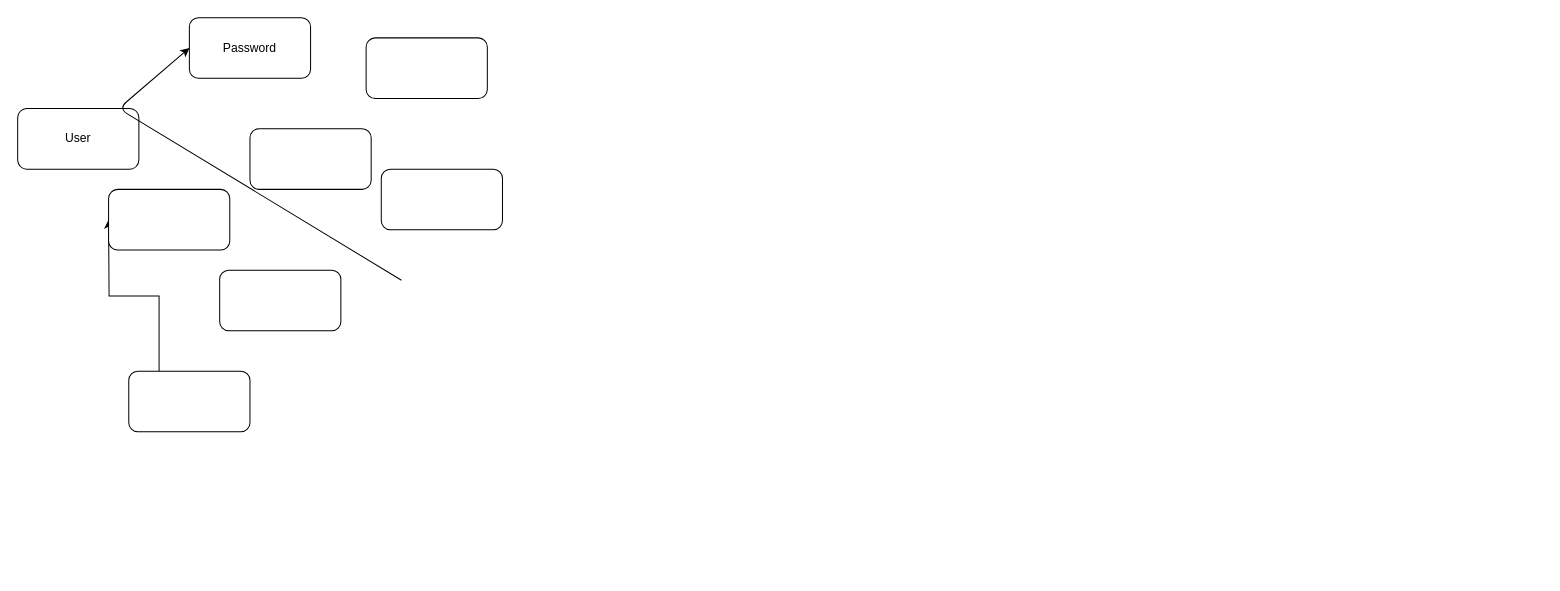
Above: Safe247.drawio in MaryWamaitha/practise (draw.io), before the change. Source tidied: cells renumbered, new cells numbered last; positions are measured from the earlier drawing's top-left corner, leaving out a move shared by most shapes. Both pictures are drawn from the tidied source at 101%, with x=0, y=0 at pixel (17, 17).
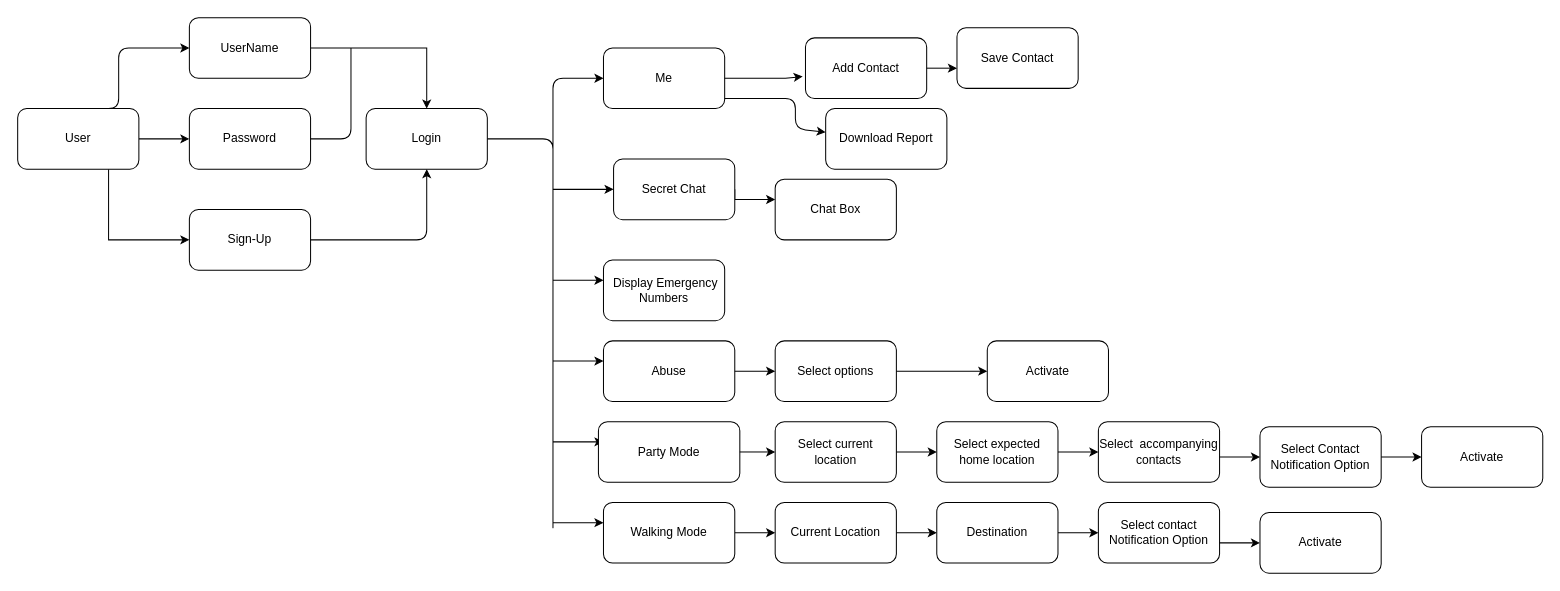
The same diagram, later.

Unchanged cells that the change refers to:
```xml
<mxCell id="2" value="User" style="rounded=1;whiteSpace=wrap;html=1;" parent="1" vertex="1">
  <mxGeometry y="90" width="120" height="60" as="geometry" />
</mxCell>
```

The edit, as a diff of the source:
```diff
@@
+    <mxCell id="12" style="edgeStyle=orthogonalEdgeStyle;rounded=0;jettySize=auto;html=1;exitX=1;exitY=0.5;exitDx=0;exitDy=0;entryX=0;entryY=0.5;entryDx=0;entryDy=0;" parent="1" edge="1" source="2" target="8">
+      <mxGeometry relative="1" as="geometry" />
+    </mxCell>
+    <mxCell id="13" style="edgeStyle=orthogonalEdgeStyle;rounded=0;jettySize=auto;html=1;exitX=0.75;exitY=1;exitDx=0;exitDy=0;entryX=0;entryY=0.5;entryDx=0;entryDy=0;" parent="1" edge="1" source="2" target="9">
+      <mxGeometry relative="1" as="geometry" />
+    </mxCell>
@@
-    <mxCell id="3" style="rounded=1;whiteSpace=wrap;html=1;" parent="1" vertex="1">
-      <mxGeometry x="345" y="20" width="120" height="60" as="geometry" />
+    <mxCell id="3" value="Login" style="rounded=1;whiteSpace=wrap;html=1;" parent="1" vertex="1">
+      <mxGeometry x="345" y="90" width="120" height="60" as="geometry" />
     </mxCell>
+    <mxCell id="14" style="edgeStyle=orthogonalEdgeStyle;rounded=0;jettySize=auto;html=1;entryX=0.5;entryY=0;entryDx=0;entryDy=0;" parent="1" edge="1" source="4" target="3">
+      <mxGeometry relative="1" as="geometry" />
+    </mxCell>
-    <mxCell id="4" value="Password" style="rounded=1;whiteSpace=wrap;html=1;" parent="1" vertex="1">
+    <mxCell id="4" value="UserName" style="rounded=1;whiteSpace=wrap;html=1;" parent="1" vertex="1">
       <mxGeometry x="170" width="120" height="60" as="geometry" />
     </mxCell>
-    <mxCell id="5" style="edgeStyle=orthogonalEdgeStyle;rounded=0;jettySize=auto;html=1;exitX=0.25;exitY=0;exitDx=0;exitDy=0;" parent="1" edge="1" source="6">
-      <mxGeometry relative="1" as="geometry">
-        <mxPoint x="90" y="200" as="targetPoint" />
-      </mxGeometry>
-    </mxCell>
-    <mxCell id="6" style="rounded=1;whiteSpace=wrap;html=1;" parent="1" vertex="1">
-      <mxGeometry x="110" y="350" width="120" height="60" as="geometry" />
+    <mxCell id="6" value="&amp;nbsp;Display Emergency Numbers" style="rounded=1;whiteSpace=wrap;html=1;" parent="1" vertex="1">
+      <mxGeometry x="580" y="240" width="120" height="60" as="geometry" />
     </mxCell>
-    <mxCell id="7" style="rounded=1;whiteSpace=wrap;html=1;" parent="1" vertex="1">
-      <mxGeometry x="360" y="150" width="120" height="60" as="geometry" />
+    <mxCell id="7" value="Me" style="rounded=1;whiteSpace=wrap;html=1;" parent="1" vertex="1">
+      <mxGeometry x="580" y="30" width="120" height="60" as="geometry" />
     </mxCell>
-    <mxCell id="8" style="rounded=1;whiteSpace=wrap;html=1;" parent="1" vertex="1">
-      <mxGeometry x="230" y="110" width="120" height="60" as="geometry" />
+    <mxCell id="8" value="Password" style="rounded=1;whiteSpace=wrap;html=1;" parent="1" vertex="1">
+      <mxGeometry x="170" y="90" width="120" height="60" as="geometry" />
     </mxCell>
-    <mxCell id="9" style="rounded=1;whiteSpace=wrap;html=1;" parent="1" vertex="1">
-      <mxGeometry x="90" y="170" width="120" height="60" as="geometry" />
+    <mxCell id="9" value="Sign-Up" style="rounded=1;whiteSpace=wrap;html=1;" parent="1" vertex="1">
+      <mxGeometry x="170" y="190" width="120" height="60" as="geometry" />
     </mxCell>
+    <mxCell id="15" style="edgeStyle=orthogonalEdgeStyle;rounded=0;jettySize=auto;html=1;exitX=1;exitY=0.5;exitDx=0;exitDy=0;" parent="1" edge="1" source="10" target="27">
+      <mxGeometry relative="1" as="geometry">
+        <Array as="points">
+          <mxPoint x="710" y="180" />
+        </Array>
+      </mxGeometry>
+    </mxCell>
-    <mxCell id="10" style="rounded=1;whiteSpace=wrap;html=1;" parent="1" vertex="1">
-      <mxGeometry x="200" y="250" width="120" height="60" as="geometry" />
+    <mxCell id="10" value="Secret Chat" style="rounded=1;whiteSpace=wrap;html=1;" parent="1" vertex="1">
+      <mxGeometry x="590" y="140" width="120" height="60" as="geometry" />
     </mxCell>
-    <mxCell id="11" style="endArrow=classic;html=1;entryX=0;entryY=0.5;entryDx=0;entryDy=0;" parent="1" edge="1" target="4">
+    <mxCell id="11" style="endArrow=classic;html=1;entryX=0;entryY=0.5;entryDx=0;entryDy=0;exitX=0.5;exitY=0;exitDx=0;exitDy=0;" parent="1" edge="1" source="2" target="4">
       <mxGeometry relative="1" as="geometry">
-        <mxPoint x="380" y="260" as="sourcePoint" />
         <Array as="points">
           <mxPoint x="100" y="90" />
+          <mxPoint x="100" y="30" />
         </Array>
       </mxGeometry>
     </mxCell>
+    <mxCell id="16" style="endArrow=classic;html=1;entryX=0.5;entryY=1;entryDx=0;entryDy=0;" parent="1" edge="1" target="3">
+      <mxGeometry relative="1" as="geometry">
+        <mxPoint x="290" y="220" as="sourcePoint" />
+        <Array as="points">
+          <mxPoint x="290" y="220" />
+          <mxPoint x="405" y="220" />
+        </Array>
+      </mxGeometry>
+    </mxCell>
+    <mxCell id="17" style="endArrow=none;html=1;exitX=1;exitY=0.5;exitDx=0;exitDy=0;" parent="1" edge="1" source="8">
+      <mxGeometry relative="1" as="geometry">
+        <mxPoint x="330" y="30" as="targetPoint" />
+        <Array as="points">
+          <mxPoint x="330" y="120" />
+        </Array>
+      </mxGeometry>
+    </mxCell>
+    <mxCell id="18" style="endArrow=classic;html=1;exitX=1;exitY=0.5;exitDx=0;exitDy=0;" parent="1" edge="1" source="3">
+      <mxGeometry relative="1" as="geometry">
+        <mxPoint x="580" y="60" as="targetPoint" />
+        <Array as="points">
+          <mxPoint x="530" y="120" />
+          <mxPoint x="530" y="510" />
+          <mxPoint x="530" y="60" />
+        </Array>
+      </mxGeometry>
+    </mxCell>
+    <mxCell id="19" style="endArrow=classic;html=1;entryX=0;entryY=0.5;entryDx=0;entryDy=0;" parent="1" edge="1" target="10">
+      <mxGeometry relative="1" as="geometry">
+        <mxPoint x="530" y="170" as="sourcePoint" />
+        <Array as="points">
+          <mxPoint x="570" y="170" />
+        </Array>
+      </mxGeometry>
+    </mxCell>
+    <mxCell id="20" style="endArrow=classic;html=1;" parent="1" edge="1">
+      <mxGeometry relative="1" as="geometry">
+        <mxPoint x="530" y="260" as="sourcePoint" />
+        <mxPoint x="580" y="260" as="targetPoint" />
+        <Array as="points">
+          <mxPoint x="550" y="260" />
+          <mxPoint x="580" y="260" />
+        </Array>
+      </mxGeometry>
+    </mxCell>
+    <mxCell id="21" style="endArrow=classic;html=1;exitX=1;exitY=0.5;exitDx=0;exitDy=0;entryX=-0.023;entryY=0.637;entryDx=0;entryDy=0;entryPerimeter=0;" parent="1" edge="1" source="7" target="22">
+      <mxGeometry relative="1" as="geometry">
+        <Array as="points">
+          <mxPoint x="740" y="60" />
+          <mxPoint x="760" y="60" />
+        </Array>
+      </mxGeometry>
+    </mxCell>
+    <mxCell id="22" value="Add Contact" style="rounded=1;whiteSpace=wrap;html=1;" parent="1" vertex="1">
+      <mxGeometry x="780" y="20" width="120" height="60" as="geometry" />
+    </mxCell>
+    <mxCell id="23" style="endArrow=classic;html=1;" parent="1" edge="1" target="24">
+      <mxGeometry relative="1" as="geometry">
+        <mxPoint x="700" y="80" as="sourcePoint" />
+        <Array as="points">
+          <mxPoint x="770" y="80" />
+          <mxPoint x="770" y="110" />
+        </Array>
+      </mxGeometry>
+    </mxCell>
+    <mxCell id="24" value="Download Report" style="rounded=1;whiteSpace=wrap;html=1;" parent="1" vertex="1">
+      <mxGeometry x="800" y="90" width="120" height="60" as="geometry" />
+    </mxCell>
+    <mxCell id="25" style="endArrow=classic;html=1;exitX=1;exitY=0.5;exitDx=0;exitDy=0;" parent="1" edge="1" source="22" target="26">
+      <mxGeometry relative="1" as="geometry">
+        <Array as="points">
+          <mxPoint x="930" y="50" />
+        </Array>
+      </mxGeometry>
+    </mxCell>
+    <mxCell id="26" value="Save Contact" style="rounded=1;whiteSpace=wrap;html=1;" parent="1" vertex="1">
+      <mxGeometry x="930" y="10" width="120" height="60" as="geometry" />
+    </mxCell>
+    <mxCell id="27" value="Chat Box" style="rounded=1;whiteSpace=wrap;html=1;" parent="1" vertex="1">
+      <mxGeometry x="750" y="160" width="120" height="60" as="geometry" />
+    </mxCell>
+    <mxCell id="28" style="endArrow=classic;html=1;" parent="1" edge="1">
+      <mxGeometry relative="1" as="geometry">
+        <mxPoint x="530" y="340" as="sourcePoint" />
+        <mxPoint x="580" y="340" as="targetPoint" />
+      </mxGeometry>
+    </mxCell>
+    <mxCell id="29" value="Abuse" style="rounded=1;whiteSpace=wrap;html=1;" parent="1" vertex="1">
+      <mxGeometry x="580" y="320" width="130" height="60" as="geometry" />
+    </mxCell>
+    <mxCell id="30" value="Select options" style="rounded=1;whiteSpace=wrap;html=1;" parent="1" vertex="1">
+      <mxGeometry x="750" y="320" width="120" height="60" as="geometry" />
+    </mxCell>
+    <mxCell id="31" style="endArrow=classic;html=1;exitX=1;exitY=0.5;exitDx=0;exitDy=0;entryX=0;entryY=0.5;entryDx=0;entryDy=0;" parent="1" edge="1" source="29" target="30">
+      <mxGeometry relative="1" as="geometry" />
+    </mxCell>
+    <mxCell id="32" style="endArrow=classic;html=1;exitX=1;exitY=0.5;exitDx=0;exitDy=0;exitPerimeter=0;" parent="1" edge="1" source="30" target="33">
+      <mxGeometry relative="1" as="geometry" />
+    </mxCell>
+    <mxCell id="33" value="Activate" style="rounded=1;whiteSpace=wrap;html=1;" parent="1" vertex="1">
+      <mxGeometry x="960" y="320" width="120" height="60" as="geometry" />
+    </mxCell>
+    <mxCell id="34" style="endArrow=classic;html=1;" parent="1" edge="1">
+      <mxGeometry relative="1" as="geometry">
+        <mxPoint x="530" y="420" as="sourcePoint" />
+        <mxPoint x="580" y="420" as="targetPoint" />
+      </mxGeometry>
+    </mxCell>
+    <mxCell id="35" value="Party Mode" style="rounded=1;whiteSpace=wrap;html=1;" parent="1" vertex="1">
+      <mxGeometry x="575" y="400" width="140" height="60" as="geometry" />
+    </mxCell>
+    <mxCell id="36" value="Select current location" style="rounded=1;whiteSpace=wrap;html=1;" parent="1" vertex="1">
+      <mxGeometry x="750" y="400" width="120" height="60" as="geometry" />
+    </mxCell>
+    <mxCell id="37" style="endArrow=classic;html=1;exitX=1;exitY=0.5;exitDx=0;exitDy=0;entryX=0;entryY=0.5;entryDx=0;entryDy=0;" parent="1" edge="1" source="35" target="36">
+      <mxGeometry relative="1" as="geometry" />
+    </mxCell>
+    <mxCell id="38" style="endArrow=classic;html=1;exitX=1;exitY=0.5;exitDx=0;exitDy=0;" parent="1" edge="1" source="36" target="39">
+      <mxGeometry relative="1" as="geometry" />
+    </mxCell>
+    <mxCell id="39" value="Select expected home location" style="rounded=1;whiteSpace=wrap;html=1;" parent="1" vertex="1">
+      <mxGeometry x="910" y="400" width="120" height="60" as="geometry" />
+    </mxCell>
+    <mxCell id="40" style="endArrow=classic;html=1;exitX=1;exitY=0.5;exitDx=0;exitDy=0;" parent="1" edge="1" source="39" target="41">
+      <mxGeometry relative="1" as="geometry" />
+    </mxCell>
+    <mxCell id="41" value="Select&amp;nbsp; accompanying contacts" style="rounded=1;whiteSpace=wrap;html=1;" parent="1" vertex="1">
+      <mxGeometry x="1070" y="400" width="120" height="60" as="geometry" />
+    </mxCell>
+    <mxCell id="42" style="endArrow=classic;html=1;exitX=1;exitY=0.5;exitDx=0;exitDy=0;" parent="1" edge="1" target="43">
+      <mxGeometry relative="1" as="geometry">
+        <mxPoint x="1190" y="435" as="sourcePoint" />
+      </mxGeometry>
+    </mxCell>
+    <mxCell id="43" value="Select Contact Notification Option" style="rounded=1;whiteSpace=wrap;html=1;" parent="1" vertex="1">
+      <mxGeometry x="1230" y="405" width="120" height="60" as="geometry" />
+    </mxCell>
+    <mxCell id="44" style="endArrow=classic;html=1;exitX=1;exitY=0.5;exitDx=0;exitDy=0;" parent="1" edge="1" target="45">
+      <mxGeometry relative="1" as="geometry">
+        <mxPoint x="1350" y="435" as="sourcePoint" />
+      </mxGeometry>
+    </mxCell>
+    <mxCell id="45" value="Activate" style="rounded=1;whiteSpace=wrap;html=1;" parent="1" vertex="1">
+      <mxGeometry x="1390" y="405" width="120" height="60" as="geometry" />
+    </mxCell>
+    <mxCell id="46" style="endArrow=classic;html=1;" parent="1" edge="1">
+      <mxGeometry relative="1" as="geometry">
+        <mxPoint x="530" y="500" as="sourcePoint" />
+        <mxPoint x="580" y="500" as="targetPoint" />
+      </mxGeometry>
+    </mxCell>
+    <mxCell id="47" style="edgeStyle=orthogonalEdgeStyle;rounded=0;jettySize=auto;html=1;exitX=1;exitY=0.5;exitDx=0;exitDy=0;entryX=0;entryY=0.5;entryDx=0;entryDy=0;" parent="1" edge="1" source="48" target="49">
+      <mxGeometry relative="1" as="geometry" />
+    </mxCell>
+    <mxCell id="48" value="Walking Mode" style="rounded=1;whiteSpace=wrap;html=1;" parent="1" vertex="1">
+      <mxGeometry x="580" y="480" width="130" height="60" as="geometry" />
+    </mxCell>
+    <mxCell id="49" value="Current Location" style="rounded=1;whiteSpace=wrap;html=1;" parent="1" vertex="1">
+      <mxGeometry x="750" y="480" width="120" height="60" as="geometry" />
+    </mxCell>
+    <mxCell id="50" style="endArrow=classic;html=1;exitX=1;exitY=0.5;exitDx=0;exitDy=0;" parent="1" edge="1" source="49" target="51">
+      <mxGeometry relative="1" as="geometry" />
+    </mxCell>
+    <mxCell id="51" value="Destination" style="rounded=1;whiteSpace=wrap;html=1;" parent="1" vertex="1">
+      <mxGeometry x="910" y="480" width="120" height="60" as="geometry" />
+    </mxCell>
+    <mxCell id="52" style="endArrow=classic;html=1;exitX=1;exitY=0.5;exitDx=0;exitDy=0;" parent="1" edge="1" source="51" target="53">
+      <mxGeometry relative="1" as="geometry" />
+    </mxCell>
+    <mxCell id="53" value="Select contact Notification Option" style="rounded=1;whiteSpace=wrap;html=1;" parent="1" vertex="1">
+      <mxGeometry x="1070" y="480" width="120" height="60" as="geometry" />
+    </mxCell>
+    <mxCell id="54" style="endArrow=classic;html=1;exitX=1;exitY=0.5;exitDx=0;exitDy=0;" parent="1" edge="1" target="55">
+      <mxGeometry relative="1" as="geometry">
+        <mxPoint x="1190" y="520" as="sourcePoint" />
+      </mxGeometry>
+    </mxCell>
+    <mxCell id="55" value="Activate" style="rounded=1;whiteSpace=wrap;html=1;" parent="1" vertex="1">
+      <mxGeometry x="1230" y="490" width="120" height="60" as="geometry" />
+    </mxCell>
```
